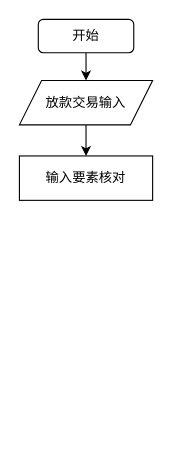
The draw.io diagram Untitled Diagram.drawio in tangqingguo/fairyland, before the edit. Source tidied: cells renumbered, new cells numbered last; positions are measured from the earlier drawing's top-left corner, leaving out a move shared by most shapes. Both pictures are drawn from the tidied source at 111%, with x=0, y=0 at pixel (19, 19).
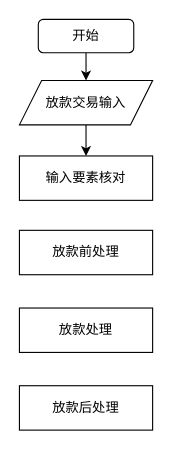
Above is the later version.

Change to the diagram source:
```diff
@@
 <mxGraphModel>
   <root>
     <mxCell id="0" />
     <mxCell id="1" parent="0" />
     <mxCell id="2" style="edgeStyle=orthogonalEdgeStyle;rounded=0;jettySize=auto;html=1;exitX=0.5;exitY=1;exitDx=0;exitDy=0;" parent="1" edge="1" source="3" target="4">
       <mxGeometry relative="1" as="geometry" />
     </mxCell>
     <mxCell id="3" value="开始" style="rounded=1;whiteSpace=wrap;html=1;" parent="1" vertex="1">
       <mxGeometry x="17" width="86" height="30" as="geometry" />
     </mxCell>
     <mxCell id="4" value="放款交易输入" style="shape=parallelogram;perimeter=parallelogramPerimeter;whiteSpace=wrap;html=1;fixedSize=1;" parent="1" vertex="1">
       <mxGeometry y="55" width="120" height="40" as="geometry" />
     </mxCell>
     <mxCell id="5" value="输入要素核对" style="rounded=0;whiteSpace=wrap;html=1;" parent="1" vertex="1">
       <mxGeometry y="123" width="120" height="40" as="geometry" />
     </mxCell>
     <mxCell id="6" style="edgeStyle=orthogonalEdgeStyle;rounded=0;jettySize=auto;html=1;exitX=0.5;exitY=1;exitDx=0;exitDy=0;" parent="1" edge="1" source="4" target="5">
       <mxGeometry relative="1" as="geometry" />
     </mxCell>
+    <mxCell id="7" value="放款前处理" style="rounded=0;whiteSpace=wrap;html=1;" parent="1" vertex="1">
+      <mxGeometry y="190" width="120" height="40" as="geometry" />
+    </mxCell>
+    <mxCell id="8" value="放款处理" style="rounded=0;whiteSpace=wrap;html=1;" parent="1" vertex="1">
+      <mxGeometry y="260" width="120" height="40" as="geometry" />
+    </mxCell>
+    <mxCell id="9" value="放款后处理" style="rounded=0;whiteSpace=wrap;html=1;" parent="1" vertex="1">
+      <mxGeometry y="330" width="120" height="40" as="geometry" />
+    </mxCell>
   </root>
 </mxGraphModel>
```
